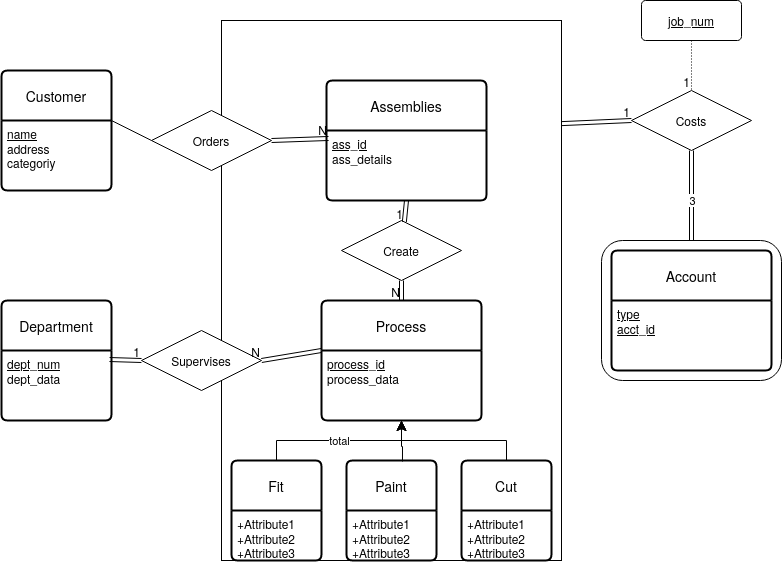
Above: Project/Project.png in nurfnick/DBMS (draw.io), before the change. Source tidied: cells renumbered, new cells last; positions are measured from the earlier drawing's top-left corner, leaving out a move shared by most shapes. Source of this version:
```xml
<mxGraphModel>
  <root>
    <mxCell id="0" />
    <mxCell id="1" parent="0" />
    <mxCell id="2" style="rounded=1;whiteSpace=wrap;html=1;" parent="1" vertex="1">
      <mxGeometry x="600" y="240" width="180" height="140" as="geometry" />
    </mxCell>
    <mxCell id="3" style="rounded=0;whiteSpace=wrap;html=1;" parent="1" vertex="1">
      <mxGeometry x="220" y="20" width="340" height="540" as="geometry" />
    </mxCell>
    <mxCell id="4" value="Assemblies" style="swimlane;horizontal=1;startSize=50;rounded=1;fontSize=14;fontStyle=0;strokeWidth=2;shadow=0;dashed=0;align=center;arcSize=4;whiteSpace=wrap;html=1;" parent="1" vertex="1">
      <mxGeometry x="325" y="80" width="160" height="120" as="geometry" />
    </mxCell>
    <mxCell id="5" value="&lt;div&gt;&lt;u&gt;ass_id&lt;/u&gt;&lt;/div&gt;&lt;div&gt;ass_details&lt;br&gt;&lt;/div&gt;" style="align=left;strokeColor=none;fillColor=none;spacingLeft=4;fontSize=12;verticalAlign=top;html=1;" parent="4" vertex="1">
      <mxGeometry y="50" width="160" height="70" as="geometry" />
    </mxCell>
    <mxCell id="6" value="Create" style="shape=rhombus;perimeter=rhombusPerimeter;whiteSpace=wrap;html=1;align=center;" parent="1" vertex="1">
      <mxGeometry x="340" y="220" width="120" height="60" as="geometry" />
    </mxCell>
    <mxCell id="7" value="Process" style="swimlane;horizontal=1;startSize=50;rounded=1;fontSize=14;fontStyle=0;strokeWidth=2;shadow=0;dashed=0;align=center;arcSize=4;whiteSpace=wrap;html=1;" parent="1" vertex="1">
      <mxGeometry x="320" y="300" width="160" height="120" as="geometry" />
    </mxCell>
    <mxCell id="8" value="&lt;div&gt;&lt;u&gt;process_id&lt;/u&gt;&lt;/div&gt;&lt;div&gt;process_data&lt;br&gt;&lt;/div&gt;" style="align=left;strokeColor=none;fillColor=none;spacingLeft=4;fontSize=12;verticalAlign=top;html=1;" parent="7" vertex="1">
      <mxGeometry y="50" width="160" height="70" as="geometry" />
    </mxCell>
    <mxCell id="9" style="shape=link;html=1;rounded=0;exitX=0.5;exitY=1;exitDx=0;exitDy=0;entryX=0.5;entryY=0;entryDx=0;entryDy=0;" parent="1" edge="1" source="6" target="7">
      <mxGeometry relative="1" as="geometry" />
    </mxCell>
    <mxCell id="10" value="N" style="html=1;whiteSpace=wrap;align=right;verticalAlign=bottom;" parent="9" vertex="1">
      <mxGeometry x="1" relative="1" as="geometry" />
    </mxCell>
    <mxCell id="11" style="shape=link;html=1;rounded=0;exitX=0.5;exitY=1;exitDx=0;exitDy=0;" parent="1" edge="1" source="4" target="6">
      <mxGeometry relative="1" as="geometry" />
    </mxCell>
    <mxCell id="12" value="1" style="html=1;whiteSpace=wrap;align=right;verticalAlign=bottom;" parent="11" vertex="1">
      <mxGeometry x="1" relative="1" as="geometry" />
    </mxCell>
    <mxCell id="13" value="Fit" style="swimlane;horizontal=1;startSize=50;rounded=1;fontSize=14;fontStyle=0;strokeWidth=2;shadow=0;dashed=0;align=center;arcSize=4;whiteSpace=wrap;html=1;" parent="1" vertex="1">
      <mxGeometry x="230" y="460" width="90" height="100" as="geometry" />
    </mxCell>
    <mxCell id="14" value="+Attribute1&#10;+Attribute2&#10;+Attribute3" style="align=left;strokeColor=none;fillColor=none;spacingLeft=4;fontSize=12;verticalAlign=top;html=1;" parent="13" vertex="1">
      <mxGeometry y="50" width="90" height="50" as="geometry" />
    </mxCell>
    <mxCell id="15" value="Paint" style="swimlane;horizontal=1;startSize=50;rounded=1;fontSize=14;fontStyle=0;strokeWidth=2;shadow=0;dashed=0;align=center;arcSize=4;whiteSpace=wrap;html=1;" parent="1" vertex="1">
      <mxGeometry x="345" y="460" width="90" height="100" as="geometry" />
    </mxCell>
    <mxCell id="16" value="+Attribute1&#10;+Attribute2&#10;+Attribute3" style="align=left;strokeColor=none;fillColor=none;spacingLeft=4;fontSize=12;verticalAlign=top;html=1;" parent="15" vertex="1">
      <mxGeometry y="50" width="90" height="50" as="geometry" />
    </mxCell>
    <mxCell id="17" value="Cut" style="swimlane;horizontal=1;startSize=50;rounded=1;fontSize=14;fontStyle=0;strokeWidth=2;shadow=0;dashed=0;align=center;arcSize=4;whiteSpace=wrap;html=1;" parent="1" vertex="1">
      <mxGeometry x="460" y="460" width="90" height="100" as="geometry" />
    </mxCell>
    <mxCell id="18" value="+Attribute1&#10;+Attribute2&#10;+Attribute3" style="align=left;strokeColor=none;fillColor=none;spacingLeft=4;fontSize=12;verticalAlign=top;html=1;" parent="17" vertex="1">
      <mxGeometry y="50" width="90" height="50" as="geometry" />
    </mxCell>
    <mxCell id="19" value="&lt;div&gt;total&lt;/div&gt;" style="edgeStyle=segmentEdgeStyle;endArrow=classic;html=1;curved=0;rounded=0;endSize=8;startSize=8;exitX=0.5;exitY=0;exitDx=0;exitDy=0;entryX=0.5;entryY=1;entryDx=0;entryDy=0;" parent="1" edge="1" source="13" target="8">
      <mxGeometry relative="1" as="geometry">
        <Array as="points">
          <mxPoint x="275" y="440" />
          <mxPoint x="400" y="440" />
        </Array>
      </mxGeometry>
    </mxCell>
    <mxCell id="20" style="edgeStyle=segmentEdgeStyle;endArrow=classic;html=1;curved=0;rounded=0;endSize=8;startSize=8;exitX=0.622;exitY=0.01;exitDx=0;exitDy=0;exitPerimeter=0;entryX=0.5;entryY=1;entryDx=0;entryDy=0;" parent="1" edge="1" source="15" target="8">
      <mxGeometry relative="1" as="geometry">
        <Array as="points">
          <mxPoint x="401" y="446" />
          <mxPoint x="400" y="446" />
        </Array>
      </mxGeometry>
    </mxCell>
    <mxCell id="21" style="edgeStyle=segmentEdgeStyle;endArrow=classic;html=1;curved=0;rounded=0;endSize=8;startSize=8;entryX=0.5;entryY=1;entryDx=0;entryDy=0;exitX=0.5;exitY=0;exitDx=0;exitDy=0;" parent="1" edge="1" source="17" target="8">
      <mxGeometry relative="1" as="geometry">
        <Array as="points">
          <mxPoint x="505" y="440" />
          <mxPoint x="400" y="440" />
        </Array>
      </mxGeometry>
    </mxCell>
    <mxCell id="22" value="Department" style="swimlane;horizontal=1;startSize=50;rounded=1;fontSize=14;fontStyle=0;strokeWidth=2;shadow=0;dashed=0;align=center;arcSize=4;whiteSpace=wrap;html=1;" parent="1" vertex="1">
      <mxGeometry y="300" width="110" height="120" as="geometry" />
    </mxCell>
    <mxCell id="23" value="&lt;div&gt;&lt;u&gt;dept_num&lt;/u&gt;&lt;/div&gt;&lt;div&gt;dept_data&lt;br&gt;&lt;/div&gt;" style="align=left;strokeColor=none;fillColor=none;spacingLeft=4;fontSize=12;verticalAlign=top;html=1;" parent="22" vertex="1">
      <mxGeometry y="50" width="110" height="70" as="geometry" />
    </mxCell>
    <mxCell id="24" value="Supervises" style="shape=rhombus;perimeter=rhombusPerimeter;whiteSpace=wrap;html=1;align=center;" parent="1" vertex="1">
      <mxGeometry x="140" y="330" width="120" height="60" as="geometry" />
    </mxCell>
    <mxCell id="25" style="shape=link;html=1;rounded=0;exitX=0.982;exitY=0.129;exitDx=0;exitDy=0;exitPerimeter=0;entryX=0;entryY=0.5;entryDx=0;entryDy=0;" parent="1" edge="1" source="23" target="24">
      <mxGeometry relative="1" as="geometry" />
    </mxCell>
    <mxCell id="26" value="1" style="html=1;whiteSpace=wrap;align=right;verticalAlign=bottom;" parent="25" vertex="1">
      <mxGeometry x="1" relative="1" as="geometry" />
    </mxCell>
    <mxCell id="27" style="shape=link;html=1;rounded=0;entryX=1;entryY=0.5;entryDx=0;entryDy=0;exitX=0;exitY=0;exitDx=0;exitDy=0;" parent="1" edge="1" source="8" target="24">
      <mxGeometry relative="1" as="geometry" />
    </mxCell>
    <mxCell id="28" value="N" style="html=1;whiteSpace=wrap;align=right;verticalAlign=bottom;" parent="27" vertex="1">
      <mxGeometry x="1" relative="1" as="geometry" />
    </mxCell>
    <mxCell id="29" value="Customer" style="swimlane;horizontal=1;startSize=50;rounded=1;fontSize=14;fontStyle=0;strokeWidth=2;shadow=0;dashed=0;align=center;arcSize=4;whiteSpace=wrap;html=1;" parent="1" vertex="1">
      <mxGeometry y="70" width="110" height="120" as="geometry" />
    </mxCell>
    <mxCell id="30" value="&lt;div&gt;&lt;u&gt;name&lt;/u&gt;&lt;/div&gt;&lt;div&gt;address&lt;/div&gt;&lt;div&gt;categoriy&lt;br&gt;&lt;/div&gt;" style="align=left;strokeColor=none;fillColor=none;spacingLeft=4;fontSize=12;verticalAlign=top;html=1;" parent="29" vertex="1">
      <mxGeometry y="50" width="110" height="70" as="geometry" />
    </mxCell>
    <mxCell id="31" value="Orders" style="shape=rhombus;perimeter=rhombusPerimeter;whiteSpace=wrap;html=1;align=center;" parent="1" vertex="1">
      <mxGeometry x="150" y="110" width="120" height="60" as="geometry" />
    </mxCell>
    <mxCell id="32" style="endArrow=none;html=1;rounded=0;exitX=1;exitY=0;exitDx=0;exitDy=0;entryX=0;entryY=0.5;entryDx=0;entryDy=0;" parent="1" edge="1" source="30" target="31">
      <mxGeometry relative="1" as="geometry" />
    </mxCell>
    <mxCell id="33" style="shape=link;html=1;rounded=0;exitX=1;exitY=0.5;exitDx=0;exitDy=0;entryX=0.013;entryY=0.114;entryDx=0;entryDy=0;entryPerimeter=0;" parent="1" edge="1" source="31" target="5">
      <mxGeometry relative="1" as="geometry" />
    </mxCell>
    <mxCell id="34" value="N" style="html=1;whiteSpace=wrap;align=right;verticalAlign=bottom;" parent="33" vertex="1">
      <mxGeometry x="1" relative="1" as="geometry" />
    </mxCell>
    <mxCell id="35" value="Costs" style="shape=rhombus;perimeter=rhombusPerimeter;whiteSpace=wrap;html=1;align=center;" parent="1" vertex="1">
      <mxGeometry x="630" y="90" width="120" height="60" as="geometry" />
    </mxCell>
    <mxCell id="36" value="&lt;u&gt;job_num&lt;/u&gt;" style="rounded=1;arcSize=10;whiteSpace=wrap;html=1;align=center;" parent="1" vertex="1">
      <mxGeometry x="640" width="100" height="40" as="geometry" />
    </mxCell>
    <mxCell id="37" style="endArrow=none;html=1;rounded=0;dashed=1;dashPattern=1 2;exitX=0.5;exitY=1;exitDx=0;exitDy=0;" parent="1" edge="1" source="36" target="35">
      <mxGeometry relative="1" as="geometry" />
    </mxCell>
    <mxCell id="38" value="1" style="html=1;whiteSpace=wrap;align=right;verticalAlign=bottom;" parent="37" vertex="1">
      <mxGeometry x="1" relative="1" as="geometry" />
    </mxCell>
    <mxCell id="39" style="shape=link;html=1;rounded=0;exitX=0.5;exitY=1;exitDx=0;exitDy=0;entryX=0.5;entryY=0;entryDx=0;entryDy=0;" parent="1" edge="1" source="35" target="2">
      <mxGeometry relative="1" as="geometry" />
    </mxCell>
    <mxCell id="40" value="3" style="edgeLabel;html=1;align=center;verticalAlign=middle;" parent="39" vertex="1">
      <mxGeometry x="0.08" relative="1" as="geometry" />
    </mxCell>
    <mxCell id="41" value="Account" style="swimlane;horizontal=1;startSize=50;rounded=1;fontSize=14;fontStyle=0;strokeWidth=2;shadow=0;dashed=0;align=center;arcSize=4;whiteSpace=wrap;html=1;" parent="1" vertex="1">
      <mxGeometry x="610" y="250" width="160" height="120" as="geometry" />
    </mxCell>
    <mxCell id="42" value="&lt;div&gt;&lt;u&gt;type&lt;/u&gt;&lt;/div&gt;&lt;div&gt;&lt;u&gt;acct_id&lt;br&gt;&lt;/u&gt;&lt;/div&gt;" style="align=left;strokeColor=none;fillColor=none;spacingLeft=4;fontSize=12;verticalAlign=top;html=1;" parent="41" vertex="1">
      <mxGeometry y="50" width="160" height="70" as="geometry" />
    </mxCell>
    <mxCell id="43" style="shape=link;html=1;rounded=0;exitX=1;exitY=0.191;exitDx=0;exitDy=0;exitPerimeter=0;entryX=0;entryY=0.5;entryDx=0;entryDy=0;" parent="1" edge="1" source="3" target="35">
      <mxGeometry relative="1" as="geometry" />
    </mxCell>
    <mxCell id="44" value="1" style="html=1;whiteSpace=wrap;align=right;verticalAlign=bottom;" parent="43" vertex="1">
      <mxGeometry x="1" relative="1" as="geometry" />
    </mxCell>
  </root>
</mxGraphModel>
```
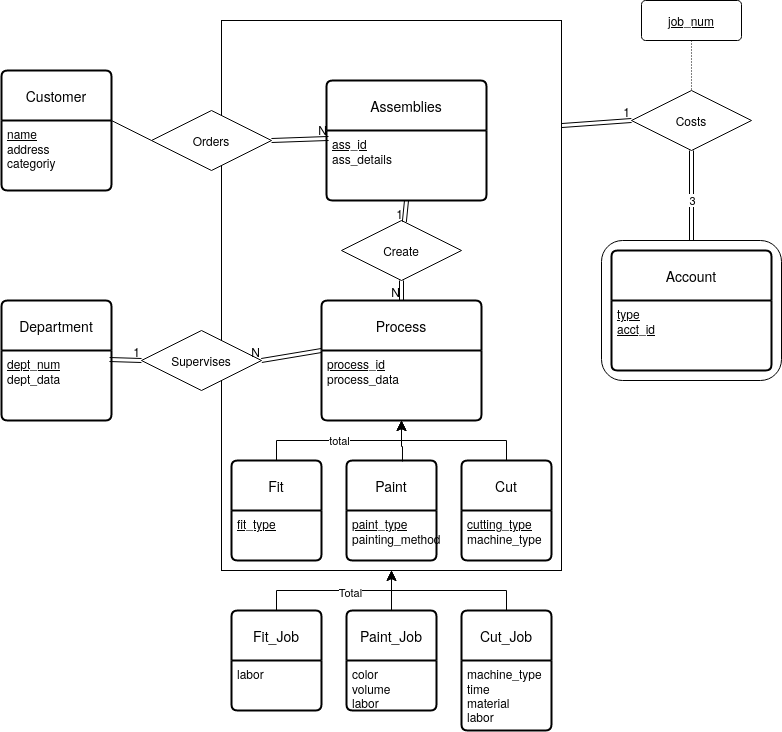
The same diagram one commit later.

Diff of the diagram source:
```diff
@@ -6,7 +6,7 @@
       <mxGeometry x="600" y="240" width="180" height="140" as="geometry" />
     </mxCell>
     <mxCell id="3" style="rounded=0;whiteSpace=wrap;html=1;" parent="1" vertex="1">
-      <mxGeometry x="220" y="20" width="340" height="540" as="geometry" />
+      <mxGeometry x="220" y="20" width="340" height="550" as="geometry" />
     </mxCell>
     <mxCell id="4" value="Assemblies" style="swimlane;horizontal=1;startSize=50;rounded=1;fontSize=14;fontStyle=0;strokeWidth=2;shadow=0;dashed=0;align=center;arcSize=4;whiteSpace=wrap;html=1;" parent="1" vertex="1">
       <mxGeometry x="325" y="80" width="160" height="120" as="geometry" />
@@ -38,19 +38,19 @@
     <mxCell id="13" value="Fit" style="swimlane;horizontal=1;startSize=50;rounded=1;fontSize=14;fontStyle=0;strokeWidth=2;shadow=0;dashed=0;align=center;arcSize=4;whiteSpace=wrap;html=1;" parent="1" vertex="1">
       <mxGeometry x="230" y="460" width="90" height="100" as="geometry" />
     </mxCell>
-    <mxCell id="14" value="+Attribute1&#10;+Attribute2&#10;+Attribute3" style="align=left;strokeColor=none;fillColor=none;spacingLeft=4;fontSize=12;verticalAlign=top;html=1;" parent="13" vertex="1">
+    <mxCell id="14" value="&lt;u&gt;fit_type&lt;/u&gt;" style="align=left;strokeColor=none;fillColor=none;spacingLeft=4;fontSize=12;verticalAlign=top;html=1;" parent="13" vertex="1">
       <mxGeometry y="50" width="90" height="50" as="geometry" />
     </mxCell>
     <mxCell id="15" value="Paint" style="swimlane;horizontal=1;startSize=50;rounded=1;fontSize=14;fontStyle=0;strokeWidth=2;shadow=0;dashed=0;align=center;arcSize=4;whiteSpace=wrap;html=1;" parent="1" vertex="1">
       <mxGeometry x="345" y="460" width="90" height="100" as="geometry" />
     </mxCell>
-    <mxCell id="16" value="+Attribute1&#10;+Attribute2&#10;+Attribute3" style="align=left;strokeColor=none;fillColor=none;spacingLeft=4;fontSize=12;verticalAlign=top;html=1;" parent="15" vertex="1">
+    <mxCell id="16" value="&lt;div&gt;&lt;u&gt;paint_type&lt;/u&gt;&lt;/div&gt;&lt;div&gt;painting_method&lt;br&gt;&lt;/div&gt;" style="align=left;strokeColor=none;fillColor=none;spacingLeft=4;fontSize=12;verticalAlign=top;html=1;" parent="15" vertex="1">
       <mxGeometry y="50" width="90" height="50" as="geometry" />
     </mxCell>
     <mxCell id="17" value="Cut" style="swimlane;horizontal=1;startSize=50;rounded=1;fontSize=14;fontStyle=0;strokeWidth=2;shadow=0;dashed=0;align=center;arcSize=4;whiteSpace=wrap;html=1;" parent="1" vertex="1">
       <mxGeometry x="460" y="460" width="90" height="100" as="geometry" />
     </mxCell>
-    <mxCell id="18" value="+Attribute1&#10;+Attribute2&#10;+Attribute3" style="align=left;strokeColor=none;fillColor=none;spacingLeft=4;fontSize=12;verticalAlign=top;html=1;" parent="17" vertex="1">
+    <mxCell id="18" value="&lt;div&gt;&lt;u&gt;cutting_type&lt;/u&gt;&lt;/div&gt;&lt;div&gt;machine_type&lt;br&gt;&lt;/div&gt;" style="align=left;strokeColor=none;fillColor=none;spacingLeft=4;fontSize=12;verticalAlign=top;html=1;" parent="17" vertex="1">
       <mxGeometry y="50" width="90" height="50" as="geometry" />
     </mxCell>
     <mxCell id="19" value="&lt;div&gt;total&lt;/div&gt;" style="edgeStyle=segmentEdgeStyle;endArrow=classic;html=1;curved=0;rounded=0;endSize=8;startSize=8;exitX=0.5;exitY=0;exitDx=0;exitDy=0;entryX=0.5;entryY=1;entryDx=0;entryDy=0;" parent="1" edge="1" source="13" target="8">
@@ -125,7 +125,7 @@
     <mxCell id="37" style="endArrow=none;html=1;rounded=0;dashed=1;dashPattern=1 2;exitX=0.5;exitY=1;exitDx=0;exitDy=0;" parent="1" edge="1" source="36" target="35">
       <mxGeometry relative="1" as="geometry" />
     </mxCell>
-    <mxCell id="38" value="1" style="html=1;whiteSpace=wrap;align=right;verticalAlign=bottom;" parent="37" vertex="1">
+    <mxCell id="38" style="html=1;whiteSpace=wrap;align=right;verticalAlign=bottom;" parent="37" vertex="1">
       <mxGeometry x="1" relative="1" as="geometry" />
     </mxCell>
     <mxCell id="39" style="shape=link;html=1;rounded=0;exitX=0.5;exitY=1;exitDx=0;exitDy=0;entryX=0.5;entryY=0;entryDx=0;entryDy=0;" parent="1" edge="1" source="35" target="2">
@@ -146,5 +146,35 @@
     <mxCell id="44" value="1" style="html=1;whiteSpace=wrap;align=right;verticalAlign=bottom;" parent="43" vertex="1">
       <mxGeometry x="1" relative="1" as="geometry" />
     </mxCell>
+    <mxCell id="45" value="Paint_Job" style="swimlane;horizontal=1;startSize=50;rounded=1;fontSize=14;fontStyle=0;strokeWidth=2;shadow=0;dashed=0;align=center;arcSize=4;whiteSpace=wrap;html=1;" parent="1" vertex="1">
+      <mxGeometry x="345" y="610" width="90" height="100" as="geometry" />
+    </mxCell>
+    <mxCell id="46" value="&lt;div&gt;color&lt;/div&gt;&lt;div&gt;volume&lt;/div&gt;&lt;div&gt;labor&lt;br&gt;&lt;/div&gt;" style="align=left;strokeColor=none;fillColor=none;spacingLeft=4;fontSize=12;verticalAlign=top;html=1;" parent="45" vertex="1">
+      <mxGeometry y="50" width="90" height="50" as="geometry" />
+    </mxCell>
+    <mxCell id="47" value="Cut_Job" style="swimlane;horizontal=1;startSize=50;rounded=1;fontSize=14;fontStyle=0;strokeWidth=2;shadow=0;dashed=0;align=center;arcSize=4;whiteSpace=wrap;html=1;" parent="1" vertex="1">
+      <mxGeometry x="460" y="610" width="90" height="120" as="geometry" />
+    </mxCell>
+    <mxCell id="48" value="&lt;div&gt;machine_type&lt;/div&gt;&lt;div&gt;time&lt;/div&gt;&lt;div&gt;material&lt;/div&gt;&lt;div&gt;labor&lt;br&gt;&lt;/div&gt;" style="align=left;strokeColor=none;fillColor=none;spacingLeft=4;fontSize=12;verticalAlign=top;html=1;" parent="47" vertex="1">
+      <mxGeometry y="50" width="90" height="70" as="geometry" />
+    </mxCell>
+    <mxCell id="49" value="Fit_Job" style="swimlane;horizontal=1;startSize=50;rounded=1;fontSize=14;fontStyle=0;strokeWidth=2;shadow=0;dashed=0;align=center;arcSize=4;whiteSpace=wrap;html=1;" parent="1" vertex="1">
+      <mxGeometry x="230" y="610" width="90" height="100" as="geometry" />
+    </mxCell>
+    <mxCell id="50" value="labor" style="align=left;strokeColor=none;fillColor=none;spacingLeft=4;fontSize=12;verticalAlign=top;html=1;" parent="49" vertex="1">
+      <mxGeometry y="50" width="90" height="50" as="geometry" />
+    </mxCell>
+    <mxCell id="51" style="edgeStyle=elbowEdgeStyle;elbow=vertical;endArrow=classic;html=1;curved=0;rounded=0;endSize=8;startSize=8;exitX=0.5;exitY=0;exitDx=0;exitDy=0;entryX=0.5;entryY=1;entryDx=0;entryDy=0;" parent="1" edge="1" source="49" target="3">
+      <mxGeometry relative="1" as="geometry" />
+    </mxCell>
+    <mxCell id="52" value="Total" style="edgeLabel;html=1;align=center;verticalAlign=middle;" parent="51" vertex="1">
+      <mxGeometry x="0.2" y="-1" relative="1" as="geometry" />
+    </mxCell>
+    <mxCell id="53" style="edgeStyle=elbowEdgeStyle;elbow=vertical;endArrow=classic;html=1;curved=0;rounded=0;endSize=8;startSize=8;exitX=0.5;exitY=0;exitDx=0;exitDy=0;entryX=0.5;entryY=1;entryDx=0;entryDy=0;" parent="1" edge="1" source="47" target="3">
+      <mxGeometry relative="1" as="geometry" />
+    </mxCell>
+    <mxCell id="54" style="endArrow=classic;html=1;rounded=0;exitX=0.5;exitY=0;exitDx=0;exitDy=0;entryX=0.5;entryY=1;entryDx=0;entryDy=0;" parent="1" edge="1" source="45" target="3">
+      <mxGeometry relative="1" as="geometry" />
+    </mxCell>
   </root>
 </mxGraphModel>
```
